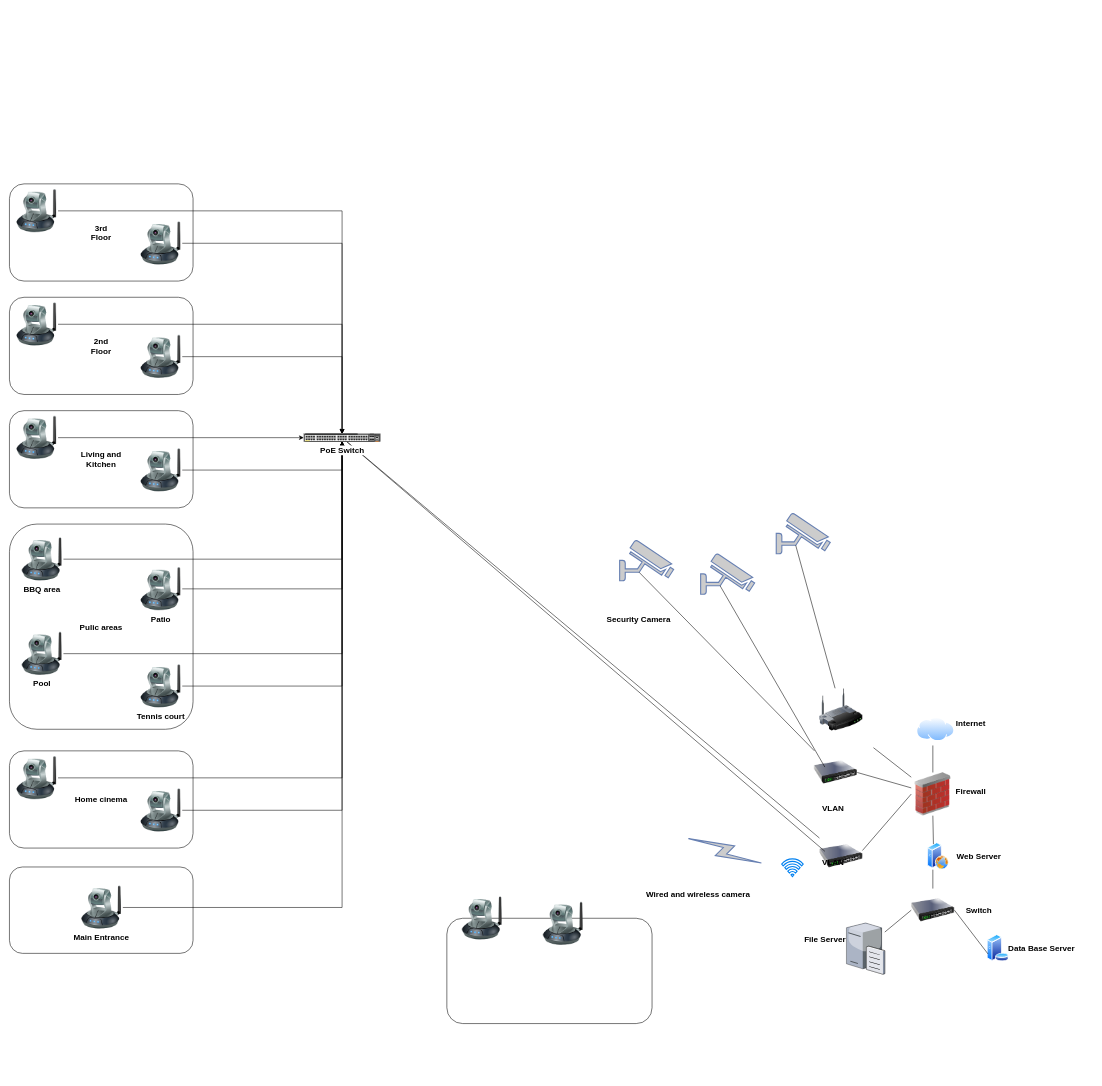
Earlier version of the draw.io diagram Group.drawio (tamir-cqu/diagrams). Source tidied: cells renumbered, new cells numbered last; positions are measured from the earlier drawing's top-left corner, leaving out a move shared by most shapes. Both pictures are drawn from the tidied source at 54%, with x=0, y=0 at pixel (9, 184).
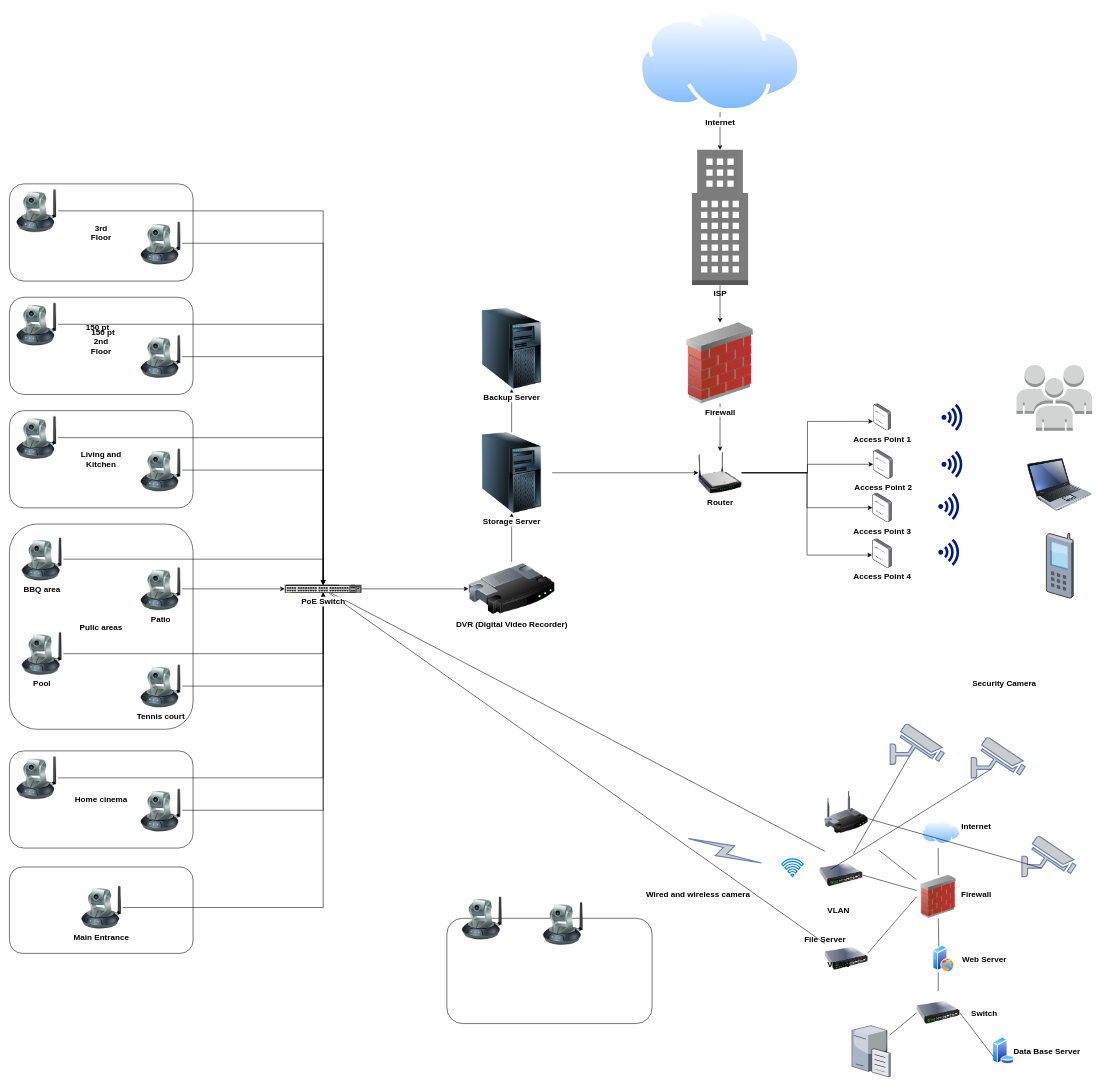
Above is the later version.

Diff of the diagram source:
```diff
@@
     <mxCell id="3" style="image;html=1;image=img/lib/clip_art/networking/Switch_128x128.png;fontSize=15;fontStyle=1;" parent="1" vertex="1">
-      <mxGeometry x="1670" y="1305" width="80" height="80" as="geometry" />
+      <mxGeometry x="1680" y="1495" width="80" height="80" as="geometry" />
     </mxCell>
     <mxCell id="4" style="image;html=1;image=img/lib/clip_art/networking/Firewall_02_128x128.png;fontSize=15;fontStyle=1;" parent="1" vertex="1">
-      <mxGeometry x="1670" y="1090" width="80" height="80" as="geometry" />
+      <mxGeometry x="1680" y="1280" width="80" height="80" as="geometry" />
     </mxCell>
     <mxCell id="5" style="image;perimeter=ellipsePerimeter;html=1;align=center;shadow=0;dashed=0;spacingTop=3;image=img/lib/active_directory/internet_cloud.svg;fontSize=15;fontStyle=1;" parent="1" vertex="1">
-      <mxGeometry x="1680" y="988" width="70" height="44.1" as="geometry" />
+      <mxGeometry x="1690" y="1178" width="70" height="44.1" as="geometry" />
     </mxCell>
     <mxCell id="6" style="image;perimeter=ellipsePerimeter;html=1;align=center;shadow=0;dashed=0;spacingTop=3;image=img/lib/active_directory/web_server.svg;fontSize=15;fontStyle=1;" parent="1" vertex="1">
-      <mxGeometry x="1700" y="1220" width="40" height="50" as="geometry" />
+      <mxGeometry x="1710" y="1410" width="40" height="50" as="geometry" />
     </mxCell>
     <mxCell id="7" style="verticalLabelPosition=bottom;sketch=0;html=1;verticalAlign=top;strokeColor=none;align=center;outlineConnect=0;shape=mxgraph.citrix.file_server;fontSize=15;fontStyle=1;" parent="1" vertex="1">
-      <mxGeometry x="1550" y="1366.5" width="71" height="97" as="geometry" />
+      <mxGeometry x="1560" y="1556.5" width="71" height="97" as="geometry" />
     </mxCell>
     <mxCell id="8" style="image;perimeter=ellipsePerimeter;html=1;align=center;shadow=0;dashed=0;spacingTop=3;image=img/lib/active_directory/database_server.svg;fontSize=15;fontStyle=1;" parent="1" vertex="1">
-      <mxGeometry x="1810" y="1390" width="41" height="50" as="geometry" />
+      <mxGeometry x="1820" y="1580" width="41" height="50" as="geometry" />
     </mxCell>
     <mxCell id="9" value="Internet&lt;br style=&quot;font-size: 15px;&quot;&gt;" style="text;html=1;align=center;verticalAlign=middle;strokeColor=none;fillColor=none;fontSize=15;fontStyle=1;" parent="1" vertex="1">
-      <mxGeometry x="1740" y="984.1" width="80" height="30" as="geometry" />
+      <mxGeometry x="1750" y="1174.1" width="80" height="30" as="geometry" />
     </mxCell>
     <mxCell id="10" value="Firewall&lt;br style=&quot;font-size: 15px;&quot;&gt;" style="text;html=1;align=center;verticalAlign=middle;strokeColor=none;fillColor=none;fontSize=15;fontStyle=1;" parent="1" vertex="1">
-      <mxGeometry x="1740" y="1110" width="80" height="30" as="geometry" />
+      <mxGeometry x="1750" y="1300" width="80" height="30" as="geometry" />
     </mxCell>
     <mxCell id="11" value="Web Server&lt;br style=&quot;font-size: 15px;&quot;&gt;" style="text;html=1;align=center;verticalAlign=middle;strokeColor=none;fillColor=none;fontSize=15;fontStyle=1;" parent="1" vertex="1">
-      <mxGeometry x="1740" y="1230" width="110" height="30" as="geometry" />
+      <mxGeometry x="1750" y="1420" width="110" height="30" as="geometry" />
     </mxCell>
     <mxCell id="12" value="Switch" style="text;html=1;align=center;verticalAlign=middle;strokeColor=none;fillColor=none;fontSize=15;fontStyle=1;" parent="1" vertex="1">
-      <mxGeometry x="1760" y="1330" width="70" height="30" as="geometry" />
+      <mxGeometry x="1770" y="1520" width="70" height="30" as="geometry" />
     </mxCell>
@@
     <mxCell id="14" style="endArrow=none;html=1;rounded=0;fontSize=15;fontStyle=1;" parent="1" edge="1" source="4">
       <mxGeometry relative="1" as="geometry">
-        <mxPoint x="1710" y="1040" as="targetPoint" />
+        <mxPoint x="1720" y="1230" as="targetPoint" />
       </mxGeometry>
     </mxCell>
     <mxCell id="15" style="endArrow=none;html=1;rounded=0;fontSize=15;fontStyle=1;" parent="1" edge="1" source="3">
       <mxGeometry relative="1" as="geometry">
-        <mxPoint x="1710" y="1270" as="targetPoint" />
+        <mxPoint x="1720" y="1460" as="targetPoint" />
       </mxGeometry>
     </mxCell>
@@
     <mxCell id="17" value="Data Base Server&lt;br style=&quot;font-size: 15px;&quot;&gt;" style="text;html=1;align=center;verticalAlign=middle;strokeColor=none;fillColor=none;fontSize=15;fontStyle=1;" parent="1" vertex="1">
-      <mxGeometry x="1836" y="1400" width="150" height="30" as="geometry" />
+      <mxGeometry x="1846" y="1590" width="150" height="30" as="geometry" />
     </mxCell>
     <mxCell id="18" style="image;html=1;image=img/lib/clip_art/networking/Switch_128x128.png;fontSize=15;fontStyle=1;" parent="1" vertex="1">
-      <mxGeometry x="1490" y="1050" width="80" height="80" as="geometry" />
+      <mxGeometry x="1500" y="1240" width="80" height="80" as="geometry" />
     </mxCell>
@@
     <mxCell id="20" style="image;html=1;image=img/lib/clip_art/networking/Switch_128x128.png;fontSize=15;fontStyle=1;" parent="1" vertex="1">
-      <mxGeometry x="1500" y="1205" width="80" height="80" as="geometry" />
+      <mxGeometry x="1510" y="1395" width="80" height="80" as="geometry" />
     </mxCell>
     <mxCell id="21" value="VLAN" style="text;html=1;align=center;verticalAlign=middle;strokeColor=none;fillColor=none;fontSize=15;fontStyle=1;" parent="1" vertex="1">
-      <mxGeometry x="1495" y="1140" width="60" height="30" as="geometry" />
+      <mxGeometry x="1505" y="1330" width="60" height="30" as="geometry" />
     </mxCell>
     <mxCell id="22" value="VLAN" style="text;html=1;align=center;verticalAlign=middle;strokeColor=none;fillColor=none;fontSize=15;fontStyle=1;" parent="1" vertex="1">
-      <mxGeometry x="1495" y="1240" width="60" height="30" as="geometry" />
+      <mxGeometry x="1505" y="1430" width="60" height="30" as="geometry" />
     </mxCell>
@@
     <mxCell id="24" style="fontColor=#0066CC;verticalAlign=top;verticalLabelPosition=bottom;labelPosition=center;align=center;html=1;outlineConnect=0;fillColor=#CCCCCC;strokeColor=#6881B3;gradientColor=none;gradientDirection=north;strokeWidth=2;shape=mxgraph.networks.security_camera;fontSize=15;fontStyle=1;" parent="1" vertex="1">
-      <mxGeometry x="1280" y="685" width="100" height="75" as="geometry" />
+      <mxGeometry x="1781" y="1025" width="100" height="75" as="geometry" />
     </mxCell>
     <mxCell id="25" style="fontColor=#0066CC;verticalAlign=top;verticalLabelPosition=bottom;labelPosition=center;align=center;html=1;outlineConnect=0;fillColor=#CCCCCC;strokeColor=#6881B3;gradientColor=none;gradientDirection=north;strokeWidth=2;shape=mxgraph.networks.security_camera;fontSize=15;fontStyle=1;" parent="1" vertex="1">
-      <mxGeometry x="1420" y="610" width="100" height="75" as="geometry" />
+      <mxGeometry x="1875" y="1207.8" width="100" height="75" as="geometry" />
     </mxCell>
     <mxCell id="26" style="fontColor=#0066CC;verticalAlign=top;verticalLabelPosition=bottom;labelPosition=center;align=center;html=1;outlineConnect=0;fillColor=#CCCCCC;strokeColor=#6881B3;gradientColor=none;gradientDirection=north;strokeWidth=2;shape=mxgraph.networks.security_camera;fontSize=15;fontStyle=1;" parent="1" vertex="1">
-      <mxGeometry x="1130" y="660" width="100" height="75" as="geometry" />
+      <mxGeometry x="1631" y="1000" width="100" height="75" as="geometry" />
     </mxCell>
@@
     <mxCell id="29" value="Security Camera" style="text;html=1;align=center;verticalAlign=middle;strokeColor=none;fillColor=none;fontSize=15;fontStyle=1;" parent="1" vertex="1">
-      <mxGeometry x="1095" y="790" width="140" height="30" as="geometry" />
+      <mxGeometry x="1772" y="910" width="140" height="30" as="geometry" />
     </mxCell>
@@
     <mxCell id="34" style="endArrow=none;html=1;rounded=0;entryX=0.36;entryY=0.79;entryDx=0;entryDy=0;entryPerimeter=0;fontSize=15;fontStyle=1;" parent="1" edge="1" target="24">
       <mxGeometry relative="1" as="geometry">
-        <mxPoint x="1510" y="1080" as="sourcePoint" />
+        <mxPoint x="1520" y="1270" as="sourcePoint" />
       </mxGeometry>
     </mxCell>
@@
     <mxCell id="38" style="image;html=1;image=img/lib/clip_art/networking/Wireless_Router_128x128.png;fontSize=15;fontStyle=1;" parent="1" vertex="1">
-      <mxGeometry x="1500" y="934.1" width="80" height="80" as="geometry" />
+      <mxGeometry x="1510" y="1124.1" width="80" height="80" as="geometry" />
     </mxCell>
     <mxCell id="39" style="endArrow=none;html=1;rounded=0;entryX=0.36;entryY=0.79;entryDx=0;entryDy=0;entryPerimeter=0;fontSize=15;fontStyle=1;" parent="1" edge="1" source="4">
       <mxGeometry relative="1" as="geometry">
-        <mxPoint x="1600" y="1044.1" as="targetPoint" />
+        <mxPoint x="1610" y="1234.1" as="targetPoint" />
       </mxGeometry>
     </mxCell>
@@
+    <mxCell id="89" style="edgeStyle=orthogonalEdgeStyle;rounded=0;jettySize=auto;html=1;fontSize=15;fontStyle=1;" parent="1" edge="1" source="88" target="91">
+      <mxGeometry relative="1" as="geometry" />
+    </mxCell>
     <mxCell id="88" value="&lt;font style=&quot;font-size: 15px;&quot;&gt;PoE Switch&lt;/font&gt;" style="html=1;verticalLabelPosition=bottom;verticalAlign=top;outlineConnect=0;shadow=0;dashed=0;shape=mxgraph.rack.hpe_aruba.switches.jl659a_aruba_6300m_48_port_hpe_smart_rate_1_2_5_5gbe_class_6_poe_and_4_port_switch;fontSize=15;fontStyle=1;labelBackgroundColor=default;" parent="1" vertex="1">
-      <mxGeometry x="545" y="462.5" width="142" height="15" as="geometry" />
+      <mxGeometry x="510" y="742.5" width="142" height="15" as="geometry" />
     </mxCell>
+    <mxCell id="90" style="edgeStyle=orthogonalEdgeStyle;rounded=0;jettySize=auto;html=1;fontSize=15;fontStyle=1;" parent="1" edge="1" source="91" target="94">
+      <mxGeometry relative="1" as="geometry" />
+    </mxCell>
+    <mxCell id="91" value="DVR (Digital Video Recorder)" style="image;html=1;image=img/lib/clip_art/networking/Router_128x128.png;fontSize=15;fontStyle=1;" parent="1" vertex="1">
+      <mxGeometry x="850" y="700" width="160" height="100" as="geometry" />
+    </mxCell>
+    <mxCell id="92" style="edgeStyle=orthogonalEdgeStyle;rounded=0;jettySize=auto;html=1;fontSize=15;fontStyle=1;" parent="1" edge="1" source="94" target="95">
+      <mxGeometry relative="1" as="geometry" />
+    </mxCell>
+    <mxCell id="93" style="edgeStyle=orthogonalEdgeStyle;rounded=0;jettySize=auto;html=1;entryX=0;entryY=0.5;entryDx=0;entryDy=0;" parent="1" edge="1" source="94" target="111">
+      <mxGeometry relative="1" as="geometry" />
+    </mxCell>
+    <mxCell id="94" value="Storage Server" style="image;html=1;image=img/lib/clip_art/computers/Server_Tower_128x128.png;fontSize=15;fontStyle=1;" parent="1" vertex="1">
+      <mxGeometry x="855" y="460" width="150" height="150" as="geometry" />
+    </mxCell>
+    <mxCell id="95" value="Backup Server" style="image;html=1;image=img/lib/clip_art/computers/Server_Tower_128x128.png;fontSize=15;fontStyle=1;labelBackgroundColor=default;" parent="1" vertex="1">
+      <mxGeometry x="855" y="230" width="150" height="150" as="geometry" />
+    </mxCell>
+    <mxCell id="96" value="150 pt" style="text;whiteSpace=wrap;html=1;fontSize=15;fontStyle=1;" parent="1" vertex="1">
+      <mxGeometry x="140" y="250" width="70" height="40" as="geometry" />
+    </mxCell>
+    <mxCell id="97" value="150 pt" style="text;whiteSpace=wrap;html=1;fontSize=15;fontStyle=1;" parent="1" vertex="1">
+      <mxGeometry x="150" y="260" width="70" height="40" as="geometry" />
+    </mxCell>
+    <mxCell id="98" style="edgeStyle=orthogonalEdgeStyle;rounded=0;jettySize=auto;html=1;fontSize=15;fontStyle=1;" parent="1" edge="1" source="99" target="111">
+      <mxGeometry relative="1" as="geometry" />
+    </mxCell>
+    <mxCell id="99" value="Firewall" style="image;html=1;image=img/lib/clip_art/networking/Firewall_02_128x128.png;fontSize=15;fontStyle=1;" parent="1" vertex="1">
+      <mxGeometry x="1241.3" y="257" width="149.1" height="150" as="geometry" />
+    </mxCell>
+    <mxCell id="100" style="edgeStyle=orthogonalEdgeStyle;rounded=0;jettySize=auto;html=1;entryX=0.5;entryY=0;entryDx=0;entryDy=0;entryPerimeter=0;fontSize=15;fontStyle=1;" parent="1" edge="1" source="101" target="106">
+      <mxGeometry relative="1" as="geometry" />
+    </mxCell>
+    <mxCell id="101" value="Internet" style="image;perimeter=ellipsePerimeter;html=1;align=center;shadow=0;dashed=0;spacingTop=3;image=img/lib/active_directory/internet_cloud.svg;fontSize=15;fontStyle=1;" parent="1" vertex="1">
+      <mxGeometry x="1165" y="-323" width="301.8" height="190.1" as="geometry" />
+    </mxCell>
+    <mxCell id="102" style="dashed=0;verticalLabelPosition=bottom;verticalAlign=top;align=center;html=1;shape=mxgraph.aws3.users;fillColor=#D2D3D3;gradientColor=none;fontSize=15;fontStyle=1;" parent="1" vertex="1">
+      <mxGeometry x="1865" y="335.5" width="140" height="121.5" as="geometry" />
+    </mxCell>
+    <mxCell id="103" style="image;html=1;image=img/lib/clip_art/computers/Laptop_128x128.png;fontSize=15;fontStyle=1;" parent="1" vertex="1">
+      <mxGeometry x="1885" y="504.5" width="120" height="105" as="geometry" />
+    </mxCell>
+    <mxCell id="104" style="verticalLabelPosition=bottom;sketch=0;html=1;verticalAlign=top;strokeColor=none;align=center;shape=mxgraph.citrix.cell_phone;fontSize=15;fontStyle=1;" parent="1" vertex="1">
+      <mxGeometry x="1920" y="647" width="50" height="120" as="geometry" />
+    </mxCell>
+    <mxCell id="105" style="edgeStyle=orthogonalEdgeStyle;rounded=0;jettySize=auto;html=1;fontSize=15;fontStyle=1;" parent="1" edge="1" source="106" target="99">
+      <mxGeometry relative="1" as="geometry" />
+    </mxCell>
+    <mxCell id="106" value="ISP" style="outlineConnect=0;dashed=0;verticalLabelPosition=bottom;verticalAlign=top;align=center;html=1;shape=mxgraph.aws3.office_building;fillColor=#7D7C7C;gradientColor=none;fontSize=15;fontStyle=1;" parent="1" vertex="1">
+      <mxGeometry x="1263.9" y="-63" width="104" height="250.4" as="geometry" />
+    </mxCell>
+    <mxCell id="107" style="edgeStyle=orthogonalEdgeStyle;rounded=0;jettySize=auto;html=1;entryX=-0.015;entryY=0.657;entryDx=0;entryDy=0;entryPerimeter=0;fontSize=15;fontStyle=1;" parent="1" edge="1" source="111" target="115">
+      <mxGeometry relative="1" as="geometry" />
+    </mxCell>
+    <mxCell id="108" style="edgeStyle=orthogonalEdgeStyle;rounded=0;jettySize=auto;html=1;fontSize=15;fontStyle=1;" parent="1" edge="1" source="111" target="112">
+      <mxGeometry relative="1" as="geometry" />
+    </mxCell>
+    <mxCell id="109" style="edgeStyle=orthogonalEdgeStyle;rounded=0;jettySize=auto;html=1;fontSize=15;fontStyle=1;" parent="1" edge="1" source="111" target="113">
+      <mxGeometry relative="1" as="geometry" />
+    </mxCell>
+    <mxCell id="110" style="edgeStyle=orthogonalEdgeStyle;rounded=0;jettySize=auto;html=1;entryX=-0.015;entryY=0.557;entryDx=0;entryDy=0;entryPerimeter=0;fontSize=15;fontStyle=1;" parent="1" edge="1" source="111" target="114">
+      <mxGeometry relative="1" as="geometry" />
+    </mxCell>
+    <mxCell id="111" value="Router" style="image;html=1;image=img/lib/clip_art/networking/Wireless_Router_N_128x128.png;fontSize=15;fontStyle=1;" parent="1" vertex="1">
+      <mxGeometry x="1275.9" y="495" width="80" height="80" as="geometry" />
+    </mxCell>
+    <mxCell id="112" value="Access Point 2" style="image;points=[];html=1;align=center;shadow=0;dashed=0;image=img/lib/allied_telesis/wireless/Access_Point_Indoor.svg;fontSize=15;fontStyle=1;" parent="1" vertex="1">
+      <mxGeometry x="1599.6" y="492" width="36.6" height="54.6" as="geometry" />
+    </mxCell>
+    <mxCell id="113" value="Access Point 3" style="image;points=[];html=1;align=center;shadow=0;dashed=0;image=img/lib/allied_telesis/wireless/Access_Point_Indoor.svg;fontSize=15;fontStyle=1;" parent="1" vertex="1">
+      <mxGeometry x="1598.1" y="572.4" width="36.6" height="54.6" as="geometry" />
+    </mxCell>
+    <mxCell id="114" value="Access Point 4" style="image;points=[];html=1;align=center;shadow=0;dashed=0;image=img/lib/allied_telesis/wireless/Access_Point_Indoor.svg;fontSize=15;fontStyle=1;" parent="1" vertex="1">
+      <mxGeometry x="1598.1" y="657" width="36.6" height="54.6" as="geometry" />
+    </mxCell>
+    <mxCell id="115" value="Access Point 1" style="image;points=[];html=1;align=center;shadow=0;dashed=0;image=img/lib/allied_telesis/wireless/Access_Point_Indoor.svg;fontSize=15;fontStyle=1;" parent="1" vertex="1">
+      <mxGeometry x="1599.6" y="407" width="33.5" height="50" as="geometry" />
+    </mxCell>
+    <mxCell id="116" style="sketch=0;shadow=0;dashed=0;html=1;strokeColor=none;labelPosition=center;verticalLabelPosition=bottom;verticalAlign=top;align=center;fillColor=#00188D;shape=mxgraph.mscae.enterprise.wireless_connection;" parent="1" vertex="1">
+      <mxGeometry x="1726" y="407.2" width="42" height="50" as="geometry" />
+    </mxCell>
+    <mxCell id="117" style="sketch=0;shadow=0;dashed=0;html=1;strokeColor=none;labelPosition=center;verticalLabelPosition=bottom;verticalAlign=top;align=center;fillColor=#00188D;shape=mxgraph.mscae.enterprise.wireless_connection;" parent="1" vertex="1">
+      <mxGeometry x="1726" y="494.3" width="42" height="50" as="geometry" />
+    </mxCell>
+    <mxCell id="118" style="sketch=0;shadow=0;dashed=0;html=1;strokeColor=none;labelPosition=center;verticalLabelPosition=bottom;verticalAlign=top;align=center;fillColor=#00188D;shape=mxgraph.mscae.enterprise.wireless_connection;" parent="1" vertex="1">
+      <mxGeometry x="1720" y="572.4" width="42" height="50" as="geometry" />
+    </mxCell>
+    <mxCell id="119" style="sketch=0;shadow=0;dashed=0;html=1;strokeColor=none;labelPosition=center;verticalLabelPosition=bottom;verticalAlign=top;align=center;fillColor=#00188D;shape=mxgraph.mscae.enterprise.wireless_connection;" parent="1" vertex="1">
+      <mxGeometry x="1720" y="657" width="42" height="50" as="geometry" />
+    </mxCell>
```
